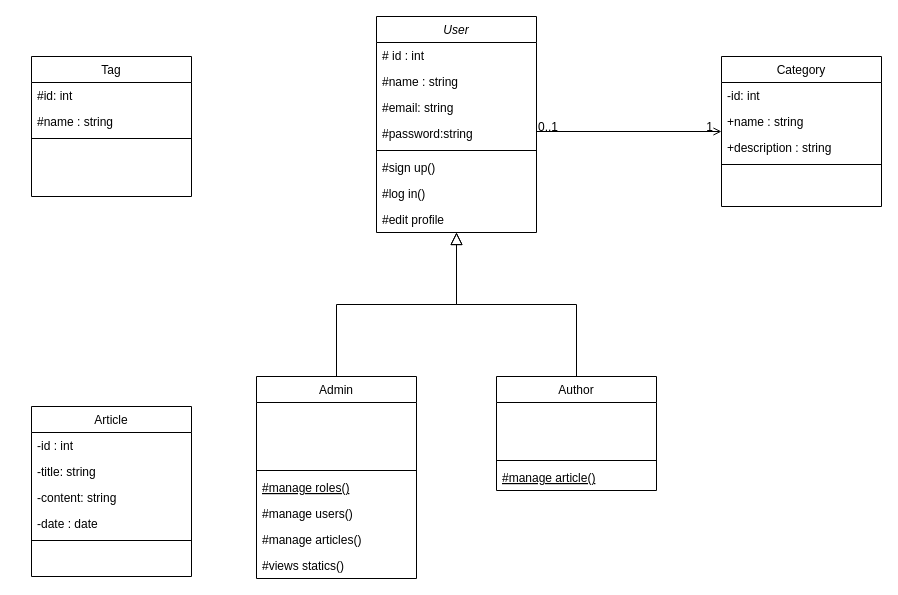
Before: diagrams/class diagram(Dev.to Blogging Plateform).drawio in mustapha-moutaki/Dev-to-Blogging-Plateform, a draw.io diagram. Source tidied: cells renumbered, new cells numbered last; positions are measured from the earlier drawing's top-left corner, leaving out a move shared by most shapes. Both pictures are drawn from the tidied source at 100%, with x=0, y=0 at pixel (31, 16).
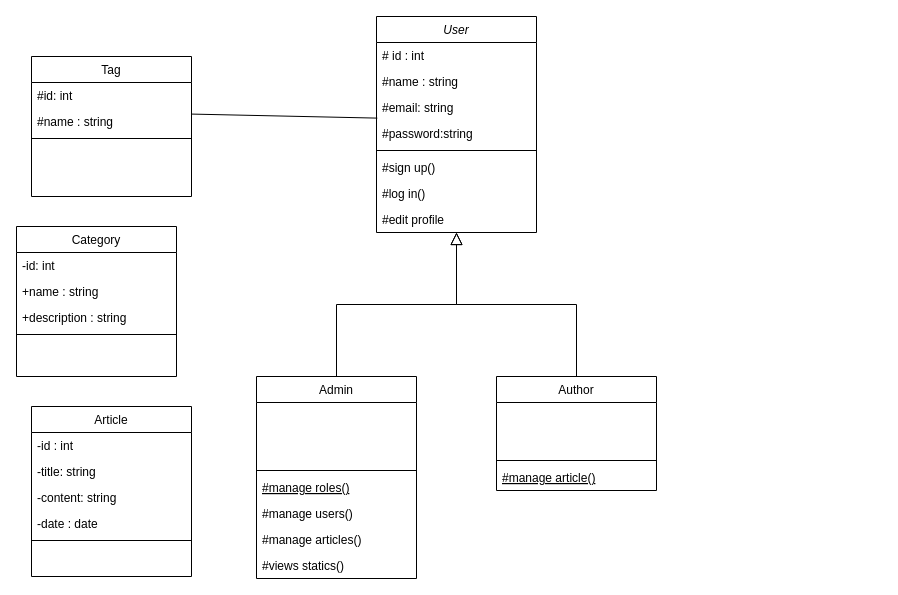
The same diagram, later.

The change refers to these unchanged cells:
```xml
<mxCell id="2" value="User" style="swimlane;fontStyle=2;align=center;verticalAlign=top;horizontal=1;startSize=26;rounded=0;shadow=0;strokeWidth=1;" parent="1" vertex="1">
  <mxGeometry x="345" width="160" height="216" as="geometry" />
</mxCell>
<mxCell id="5" value="#email: string" style="text;align=left;verticalAlign=top;spacingLeft=4;spacingRight=4;overflow=hidden;points=[[0,0.5],[1,0.5]];portConstraint=eastwest;rounded=0;shadow=0;html=0;" parent="2" vertex="1">
  <mxGeometry y="78" width="160" height="26" as="geometry" />
</mxCell>
<mxCell id="34" value="#name : string" style="text;align=left;verticalAlign=top;spacingLeft=4;spacingRight=4;overflow=hidden;points=[[0,0.5],[1,0.5]];portConstraint=eastwest;rounded=0;shadow=0;html=0;" parent="32" vertex="1">
  <mxGeometry y="52" width="160" height="26" as="geometry" />
</mxCell>
```

Diff of the diagram source:
```diff
@@
     <mxCell id="24" value="Category" style="swimlane;fontStyle=0;align=center;verticalAlign=top;horizontal=1;startSize=26;rounded=0;shadow=0;strokeWidth=1;" parent="1" vertex="1">
-      <mxGeometry x="690" y="40" width="160" height="150" as="geometry" />
+      <mxGeometry x="-15" y="210" width="160" height="150" as="geometry" />
     </mxCell>
@@
-    <mxCell id="29" style="endArrow=open;shadow=0;strokeWidth=1;rounded=0;endFill=1;edgeStyle=elbowEdgeStyle;elbow=vertical;" parent="1" edge="1" source="2" target="24">
-      <mxGeometry x="0.5" y="41" relative="1" as="geometry">
-        <mxPoint x="-40" y="32" as="offset" />
-      </mxGeometry>
-    </mxCell>
-    <mxCell id="30" value="0..1" style="align=left;verticalAlign=bottom;labelBackgroundColor=none;fontSize=12;" parent="29" vertex="1">
-      <mxGeometry x="-1" relative="1" as="geometry">
-        <mxPoint y="4" as="offset" />
-      </mxGeometry>
-    </mxCell>
-    <mxCell id="31" value="1" style="align=right;verticalAlign=bottom;labelBackgroundColor=none;fontSize=12;" parent="29" vertex="1">
-      <mxGeometry x="1" relative="1" as="geometry">
-        <mxPoint x="-7" y="4" as="offset" />
-      </mxGeometry>
-    </mxCell>
@@
+    <mxCell id="43" style="endArrow=none;html=1;exitX=1.001;exitY=0.215;exitDx=0;exitDy=0;exitPerimeter=0;entryX=0.005;entryY=0.908;entryDx=0;entryDy=0;entryPerimeter=0;" parent="1" edge="1" source="34" target="5">
+      <mxGeometry relative="1" as="geometry" />
+    </mxCell>
```
